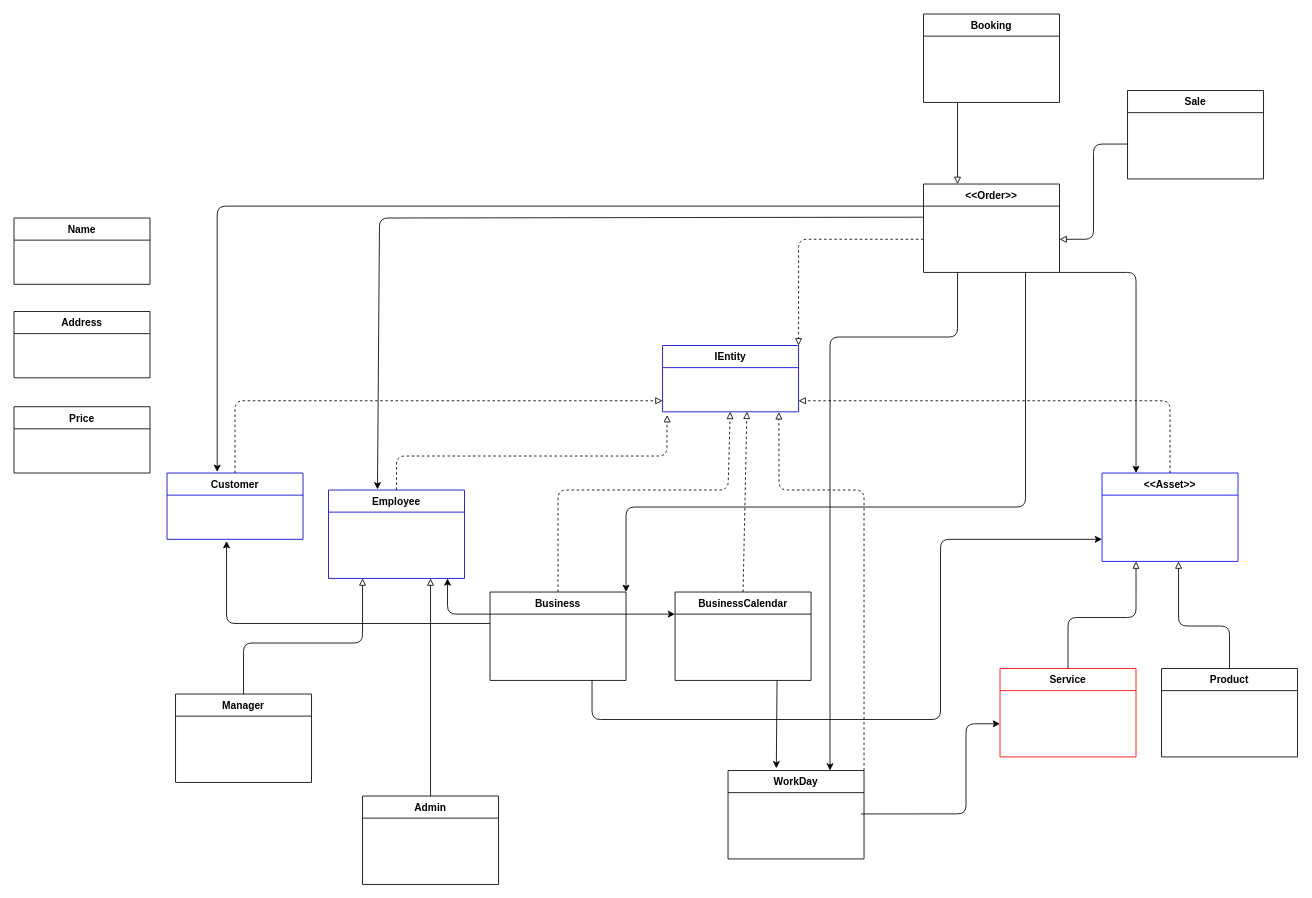
Before: docs/Domain Relationship Diagram.drawio in devcicerojr/booksa, a draw.io diagram. Source tidied: cells renumbered, new cells numbered last; positions are measured from the earlier drawing's top-left corner, leaving out a move shared by most shapes. Both pictures are drawn from the tidied source at 85%, with x=0, y=0 at pixel (14, 14).
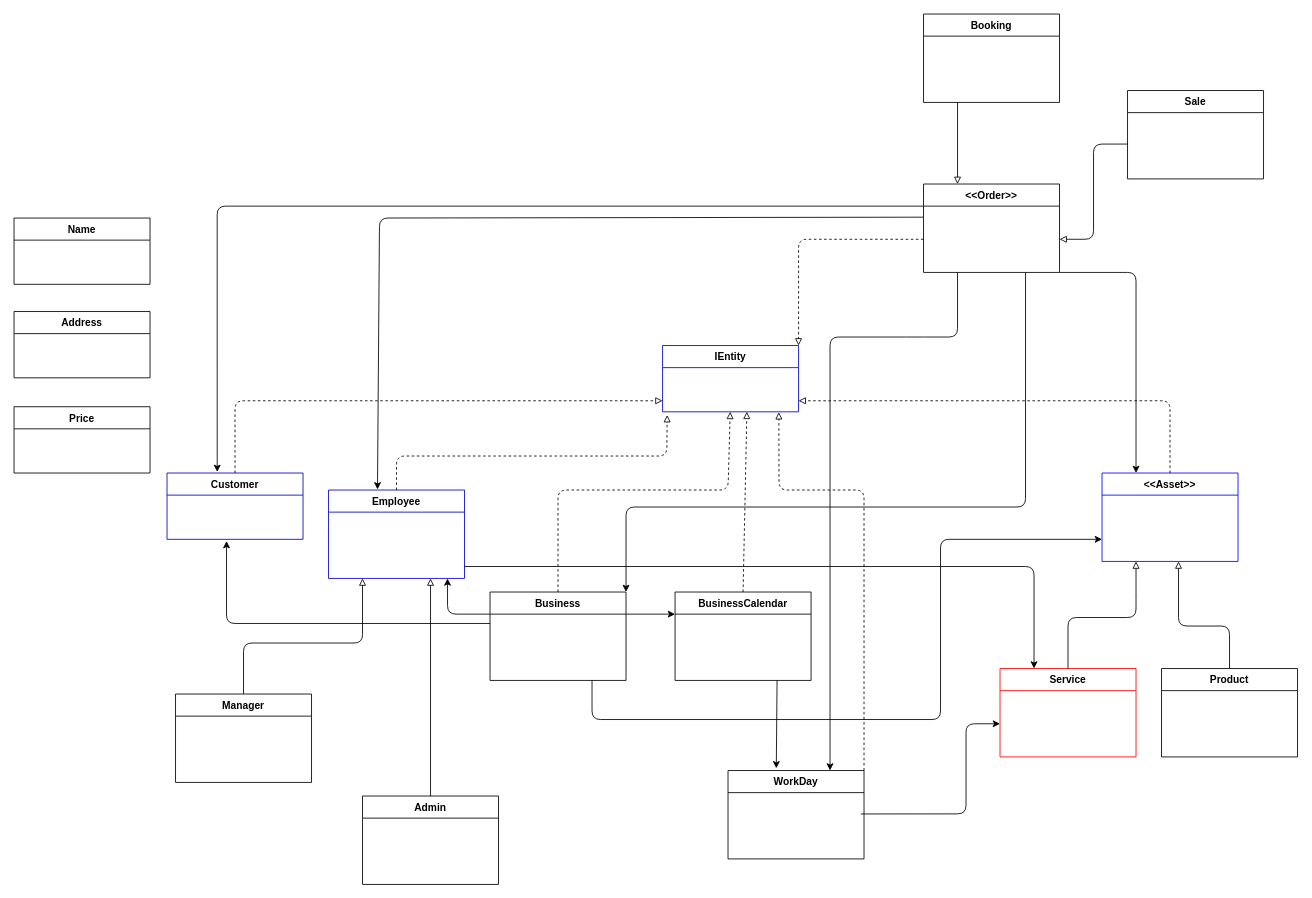
The same page after the edit.

The change refers to these unchanged cells:
```xml
<mxCell id="7" value="Service" style="swimlane;fontStyle=1;horizontal=1;startSize=26;rounded=0;shadow=0;strokeWidth=1;strokeColor=#FF0000;" parent="1" vertex="1">
  <mxGeometry x="1160" y="770" width="160" height="104" as="geometry" />
</mxCell>
```

Change to the diagram source:
```diff
@@
+    <mxCell id="43" style="endArrow=classic;html=1;entryX=0.25;entryY=0;entryDx=0;entryDy=0;" parent="1" edge="1" target="7">
+      <mxGeometry relative="1" as="geometry">
+        <mxPoint x="530" y="650" as="sourcePoint" />
+        <Array as="points">
+          <mxPoint x="530" y="650" />
+          <mxPoint x="1200" y="650" />
+        </Array>
+      </mxGeometry>
+    </mxCell>
```
